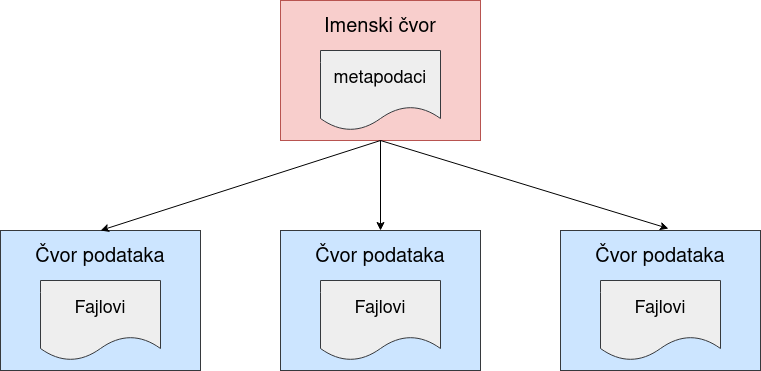
Before: thesis_serbian/master-thesis-tex-source/pictures/node_types.png, a diagram exported from draw.io (davgav123/geo-locator). Source tidied: cells renumbered, new cells last; positions are measured from the earlier drawing's top-left corner, leaving out a move shared by most shapes.
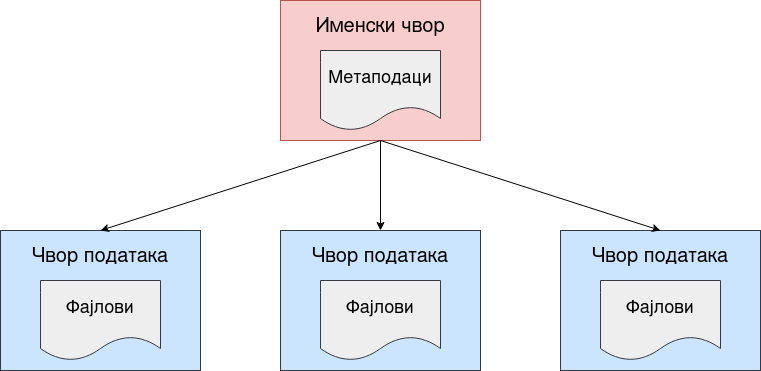
Later version of the same file.

What changed in the source:
```diff
@@ -2,38 +2,40 @@
   <root>
     <mxCell id="0" />
     <mxCell id="1" parent="0" />
-    <mxCell id="2" value="&lt;div&gt;&lt;font style=&quot;font-size: 20px;&quot;&gt;Imenski čvor&lt;br&gt;&lt;/font&gt;&lt;/div&gt;&lt;div&gt;&lt;br&gt;&lt;/div&gt;&lt;div&gt;&lt;br&gt;&lt;/div&gt;&lt;div&gt;&lt;br&gt;&lt;/div&gt;&lt;div&gt;&lt;br&gt;&lt;/div&gt;&lt;div&gt;&lt;br&gt;&lt;/div&gt;&lt;div&gt;&lt;br&gt;&lt;/div&gt;" style="rounded=0;whiteSpace=wrap;html=1;fillColor=#f8cecc;strokeColor=#b85450;" parent="1" vertex="1">
+    <mxCell id="2" value="&lt;div&gt;&lt;font style=&quot;font-size: 20px;&quot;&gt;Именски чвор&lt;br&gt;&lt;/font&gt;&lt;/div&gt;&lt;div&gt;&lt;br&gt;&lt;/div&gt;&lt;div&gt;&lt;br&gt;&lt;/div&gt;&lt;div&gt;&lt;br&gt;&lt;/div&gt;&lt;div&gt;&lt;br&gt;&lt;/div&gt;&lt;div&gt;&lt;br&gt;&lt;/div&gt;&lt;div&gt;&lt;br&gt;&lt;/div&gt;" style="rounded=0;whiteSpace=wrap;html=1;fillColor=#f8cecc;strokeColor=#b85450;" parent="1" vertex="1">
       <mxGeometry x="280" width="200" height="140" as="geometry" />
     </mxCell>
-    <mxCell id="3" value="&lt;font style=&quot;font-size: 18px;&quot;&gt;metapodaci&lt;/font&gt;" style="shape=document;whiteSpace=wrap;html=1;boundedLbl=1;fillColor=#eeeeee;strokeColor=#36393d;" parent="1" vertex="1">
+    <mxCell id="3" value="&lt;font style=&quot;font-size: 18px;&quot;&gt;Метаподаци&lt;/font&gt;" style="shape=document;whiteSpace=wrap;html=1;boundedLbl=1;fillColor=#eeeeee;strokeColor=#36393d;" parent="1" vertex="1">
       <mxGeometry x="320" y="50" width="120" height="80" as="geometry" />
     </mxCell>
-    <mxCell id="4" value="&lt;div&gt;&lt;font style=&quot;font-size: 20px;&quot;&gt;Čvor podataka&lt;br&gt;&lt;/font&gt;&lt;/div&gt;&lt;div&gt;&lt;br&gt;&lt;/div&gt;&lt;div&gt;&lt;br&gt;&lt;/div&gt;&lt;div&gt;&lt;br&gt;&lt;/div&gt;&lt;div&gt;&lt;br&gt;&lt;/div&gt;&lt;div&gt;&lt;br&gt;&lt;/div&gt;&lt;div&gt;&lt;br&gt;&lt;/div&gt;" style="rounded=0;whiteSpace=wrap;html=1;fillColor=#cce5ff;strokeColor=#36393d;" parent="1" vertex="1">
+    <mxCell id="4" value="&lt;div&gt;&lt;font style=&quot;font-size: 20px;&quot;&gt;Чвор података&lt;br&gt;&lt;/font&gt;&lt;/div&gt;&lt;div&gt;&lt;br&gt;&lt;/div&gt;&lt;div&gt;&lt;br&gt;&lt;/div&gt;&lt;div&gt;&lt;br&gt;&lt;/div&gt;&lt;div&gt;&lt;br&gt;&lt;/div&gt;&lt;div&gt;&lt;br&gt;&lt;/div&gt;&lt;div&gt;&lt;br&gt;&lt;/div&gt;" style="rounded=0;whiteSpace=wrap;html=1;fillColor=#cce5ff;strokeColor=#36393d;" parent="1" vertex="1">
       <mxGeometry y="230" width="200" height="140" as="geometry" />
     </mxCell>
-    <mxCell id="5" value="&lt;font style=&quot;font-size: 18px;&quot;&gt;Fajlovi&lt;/font&gt;" style="shape=document;whiteSpace=wrap;html=1;boundedLbl=1;fillColor=#eeeeee;strokeColor=#36393d;" parent="1" vertex="1">
+    <mxCell id="5" value="&lt;font style=&quot;font-size: 18px;&quot;&gt;Фајлови&lt;/font&gt;" style="shape=document;whiteSpace=wrap;html=1;boundedLbl=1;fillColor=#eeeeee;strokeColor=#36393d;" parent="1" vertex="1">
       <mxGeometry x="40" y="280" width="120" height="80" as="geometry" />
     </mxCell>
-    <mxCell id="6" value="&lt;div&gt;&lt;font style=&quot;font-size: 20px;&quot;&gt;Čvor podataka&lt;/font&gt;&lt;/div&gt;&lt;div&gt;&lt;font style=&quot;font-size: 12px;&quot;&gt;&lt;br&gt;&lt;/font&gt;&lt;/div&gt;&lt;div&gt;&lt;font style=&quot;font-size: 12px;&quot;&gt;&lt;br&gt;&lt;/font&gt;&lt;/div&gt;&lt;div&gt;&lt;font style=&quot;font-size: 12px;&quot;&gt;&lt;br&gt;&lt;/font&gt;&lt;/div&gt;&lt;div&gt;&lt;font style=&quot;font-size: 12px;&quot;&gt;&lt;br&gt;&lt;/font&gt;&lt;/div&gt;&lt;div&gt;&lt;font style=&quot;font-size: 12px;&quot;&gt;&lt;br&gt;&lt;/font&gt;&lt;/div&gt;&lt;div&gt;&lt;font style=&quot;font-size: 12px;&quot;&gt;&lt;br&gt;&lt;/font&gt;&lt;/div&gt;" style="rounded=0;whiteSpace=wrap;html=1;fillColor=#cce5ff;strokeColor=#36393d;" parent="1" vertex="1">
-      <mxGeometry x="280" y="230" width="200" height="140" as="geometry" />
-    </mxCell>
-    <mxCell id="7" value="&lt;font style=&quot;font-size: 18px;&quot;&gt;Fajlovi&lt;/font&gt;" style="shape=document;whiteSpace=wrap;html=1;boundedLbl=1;fillColor=#eeeeee;strokeColor=#36393d;" parent="1" vertex="1">
-      <mxGeometry x="320" y="280" width="120" height="80" as="geometry" />
-    </mxCell>
-    <mxCell id="8" value="&lt;div&gt;&lt;font style=&quot;font-size: 20px;&quot;&gt;Čvor podataka&lt;/font&gt;&lt;/div&gt;&lt;div&gt;&lt;br&gt;&lt;/div&gt;&lt;div&gt;&lt;br&gt;&lt;/div&gt;&lt;div&gt;&lt;br&gt;&lt;/div&gt;&lt;div&gt;&lt;br&gt;&lt;/div&gt;&lt;div&gt;&lt;br&gt;&lt;/div&gt;&lt;div&gt;&lt;br&gt;&lt;/div&gt;" style="rounded=0;whiteSpace=wrap;html=1;fillColor=#cce5ff;strokeColor=#36393d;" parent="1" vertex="1">
-      <mxGeometry x="560" y="230" width="200" height="140" as="geometry" />
-    </mxCell>
-    <mxCell id="9" value="&lt;font style=&quot;font-size: 18px;&quot;&gt;Fajlovi&lt;/font&gt;" style="shape=document;whiteSpace=wrap;html=1;boundedLbl=1;fillColor=#eeeeee;strokeColor=#36393d;" parent="1" vertex="1">
-      <mxGeometry x="600" y="280" width="120" height="80" as="geometry" />
-    </mxCell>
     <mxCell id="10" style="endArrow=classic;html=1;rounded=0;fontSize=18;exitX=0.5;exitY=1;exitDx=0;exitDy=0;entryX=0.5;entryY=0;entryDx=0;entryDy=0;" parent="1" edge="1" source="2" target="4">
       <mxGeometry relative="1" as="geometry" />
     </mxCell>
-    <mxCell id="11" style="endArrow=classic;html=1;rounded=0;fontSize=18;exitX=0.5;exitY=1;exitDx=0;exitDy=0;entryX=0.54;entryY=-0.014;entryDx=0;entryDy=0;entryPerimeter=0;" parent="1" edge="1" source="2" target="8">
-      <mxGeometry relative="1" as="geometry" />
-    </mxCell>
-    <mxCell id="12" style="endArrow=classic;html=1;rounded=0;fontSize=18;exitX=0.5;exitY=1;exitDx=0;exitDy=0;" parent="1" edge="1" source="2" target="6">
-      <mxGeometry relative="1" as="geometry" />
+    <mxCell id="12" style="endArrow=classic;html=1;rounded=0;fontSize=18;exitX=0.5;exitY=1;exitDx=0;exitDy=0;" parent="1" edge="1" source="2">
+      <mxGeometry relative="1" as="geometry">
+        <mxPoint x="380" y="230" as="targetPoint" />
+      </mxGeometry>
     </mxCell>
+    <mxCell id="13" value="&lt;div&gt;&lt;font style=&quot;font-size: 20px;&quot;&gt;Чвор података&lt;br&gt;&lt;/font&gt;&lt;/div&gt;&lt;div&gt;&lt;br&gt;&lt;/div&gt;&lt;div&gt;&lt;br&gt;&lt;/div&gt;&lt;div&gt;&lt;br&gt;&lt;/div&gt;&lt;div&gt;&lt;br&gt;&lt;/div&gt;&lt;div&gt;&lt;br&gt;&lt;/div&gt;&lt;div&gt;&lt;br&gt;&lt;/div&gt;" style="rounded=0;whiteSpace=wrap;html=1;fillColor=#cce5ff;strokeColor=#36393d;" parent="1" vertex="1">
+      <mxGeometry x="280" y="230" width="200" height="140" as="geometry" />
+    </mxCell>
+    <mxCell id="14" value="&lt;font style=&quot;font-size: 18px;&quot;&gt;Фајлови&lt;/font&gt;" style="shape=document;whiteSpace=wrap;html=1;boundedLbl=1;fillColor=#eeeeee;strokeColor=#36393d;" parent="1" vertex="1">
+      <mxGeometry x="320" y="280" width="120" height="80" as="geometry" />
+    </mxCell>
+    <mxCell id="15" value="&lt;div&gt;&lt;font style=&quot;font-size: 20px;&quot;&gt;Чвор података&lt;br&gt;&lt;/font&gt;&lt;/div&gt;&lt;div&gt;&lt;br&gt;&lt;/div&gt;&lt;div&gt;&lt;br&gt;&lt;/div&gt;&lt;div&gt;&lt;br&gt;&lt;/div&gt;&lt;div&gt;&lt;br&gt;&lt;/div&gt;&lt;div&gt;&lt;br&gt;&lt;/div&gt;&lt;div&gt;&lt;br&gt;&lt;/div&gt;" style="rounded=0;whiteSpace=wrap;html=1;fillColor=#cce5ff;strokeColor=#36393d;" parent="1" vertex="1">
+      <mxGeometry x="560" y="230" width="200" height="140" as="geometry" />
+    </mxCell>
+    <mxCell id="16" value="&lt;font style=&quot;font-size: 18px;&quot;&gt;Фајлови&lt;/font&gt;" style="shape=document;whiteSpace=wrap;html=1;boundedLbl=1;fillColor=#eeeeee;strokeColor=#36393d;" parent="1" vertex="1">
+      <mxGeometry x="600" y="280" width="120" height="80" as="geometry" />
+    </mxCell>
+    <mxCell id="17" style="endArrow=classic;html=1;rounded=0;fontSize=27;entryX=0.5;entryY=0;entryDx=0;entryDy=0;exitX=0.5;exitY=1;exitDx=0;exitDy=0;" parent="1" edge="1" source="2" target="15">
+      <mxGeometry relative="1" as="geometry" />
+    </mxCell>
   </root>
 </mxGraphModel>
```
